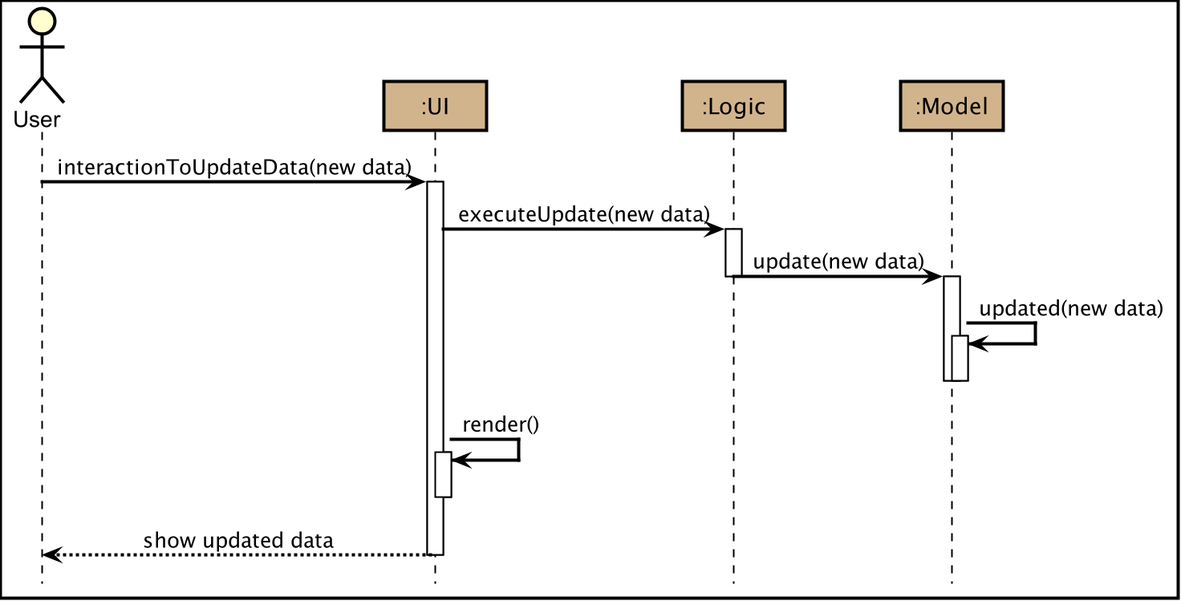
AY1920S2-CS2103T-W16-3/main keeps this PlantUML diagram as images/TaskSummaryOnDataChangeSequenceDiagram.png. Above is the earlier version.
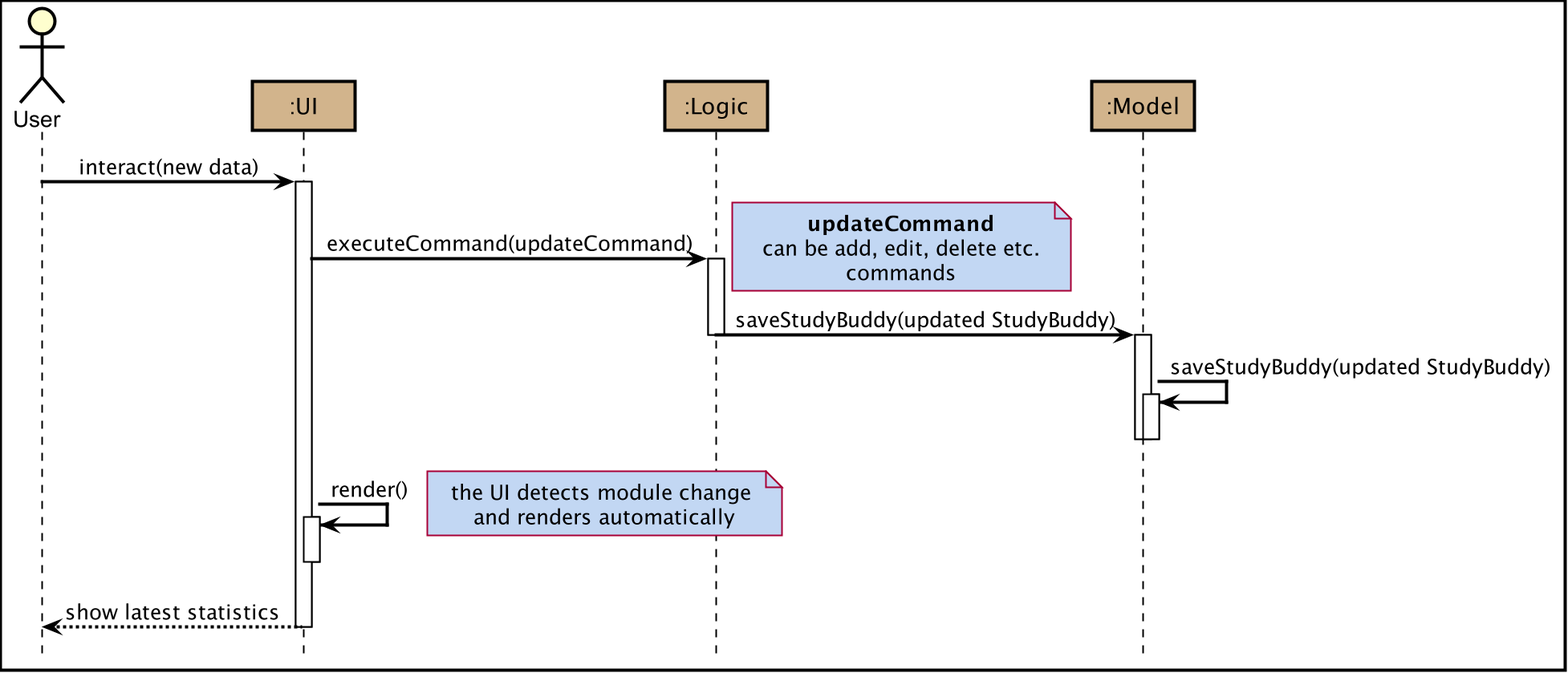
The same diagram one commit later.

What changed in the source:
```diff
@@ -63,27 +63,31 @@
 participant ":Logic" as Logic #D2B48C
 participant ":Model" as Model #D2B48C
 
-User -> UI : interactionToUpdateData(new data)
+User -> UI : interact(new data)
 activate UI
 
-UI -> Logic : executeUpdate(new data)
+UI -> Logic : executeCommand(updateCommand)
 activate Logic
+note right #c2d7f3: <b>updateCommand</b>\n can be add, edit, delete etc. \ncommands
 
-Logic -> Model : update(new data)
+Logic -> Model : saveStudyBuddy(updated StudyBuddy)
 deactivate Logic
 activate Model
 
 
-Model -> Model : updated(new data)
+Model -> Model : saveStudyBuddy(updated StudyBuddy)
 activate Model
 deactivate Model
 deactivate Model
 
 UI -> UI : render()
+note right #c2d7f3: the UI detects module change \nand renders automatically
 activate UI
 deactivate UI
-UI --> User: show updated data
+UI --> User: show latest statistics
 deactivate UI
 
 
+
+
 @enduml
```
